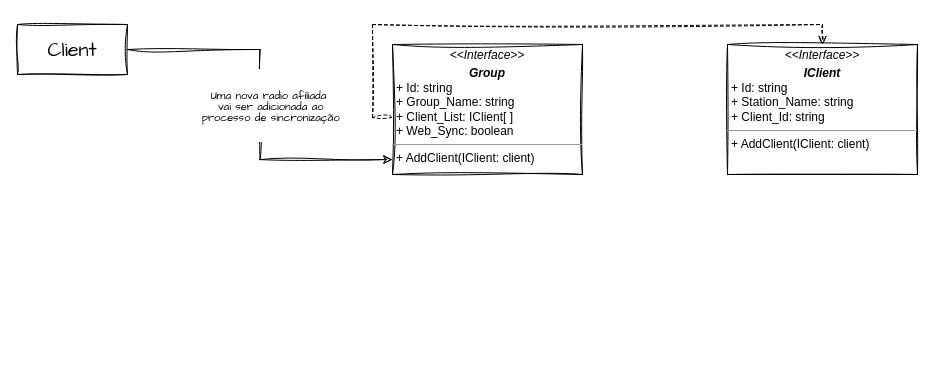
Before: page "Lista de sincronização" (3 of 3) of Pulsar Sync.drawio in Vusmonth/uml, a draw.io diagram. Source tidied: cells renumbered, new cells numbered last; positions are measured from the earlier drawing's top-left corner, leaving out a move shared by most shapes. Both pictures are drawn from the tidied source at 100%, with x=0, y=0 at pixel (17, 24).
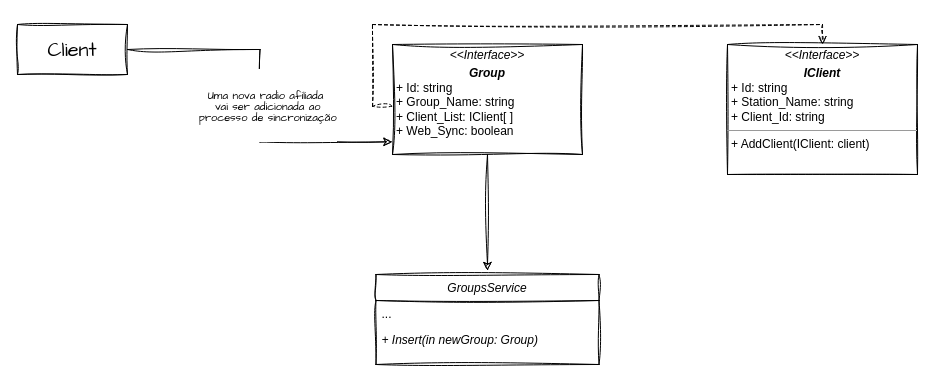
After the change.

Diff of the diagram source:
```diff
@@
 <mxGraphModel>
   <root>
     <mxCell id="0" />
     <mxCell id="1" parent="0" />
     <mxCell id="2" style="edgeStyle=orthogonalEdgeStyle;rounded=0;sketch=1;hachureGap=4;jiggle=2;curveFitting=1;jettySize=auto;html=1;entryX=0.5;entryY=0;entryDx=0;entryDy=0;fontFamily=Architects Daughter;fontSize=16;exitX=-0.003;exitY=0.562;exitDx=0;exitDy=0;exitPerimeter=0;dashed=1;endArrow=open;endFill=0;" parent="1" edge="1" source="3" target="4">
-      <mxGeometry relative="1" as="geometry" />
+      <mxGeometry relative="1" as="geometry">
+        <Array as="points">
+          <mxPoint x="355" y="82" />
+          <mxPoint x="355" />
+          <mxPoint x="805" />
+        </Array>
+      </mxGeometry>
     </mxCell>
-    <mxCell id="3" value="&lt;p style=&quot;margin:0px;margin-top:4px;text-align:center;&quot;&gt;&lt;i&gt;&amp;lt;&amp;lt;Interface&amp;gt;&amp;gt;&lt;/i&gt;&lt;/p&gt;&lt;p style=&quot;margin:0px;margin-top:4px;text-align:center;&quot;&gt;&lt;i&gt;&lt;b&gt;Group&lt;/b&gt;&lt;/i&gt;&lt;br&gt;&lt;/p&gt;&lt;p style=&quot;margin:0px;margin-left:4px;&quot;&gt;+ Id: string&lt;br&gt;+ Group_Name: string&lt;/p&gt;&lt;p style=&quot;margin:0px;margin-left:4px;&quot;&gt;+ Client_List: IClient[ ]&lt;/p&gt;&lt;p style=&quot;margin:0px;margin-left:4px;&quot;&gt;+ Web_Sync: boolean&lt;/p&gt;&lt;hr size=&quot;1&quot;&gt;&lt;p style=&quot;margin:0px;margin-left:4px;&quot;&gt;+ AddClient(IClient: client)&lt;br&gt;&lt;/p&gt;" style="verticalAlign=top;align=left;overflow=fill;fontSize=12;fontFamily=Helvetica;html=1;whiteSpace=wrap;sketch=1;hachureGap=4;jiggle=2;curveFitting=1;" parent="1" vertex="1">
-      <mxGeometry x="375" y="20" width="190" height="130" as="geometry" />
+    <mxCell id="3" value="&lt;p style=&quot;margin:0px;margin-top:4px;text-align:center;&quot;&gt;&lt;i&gt;&amp;lt;&amp;lt;Interface&amp;gt;&amp;gt;&lt;/i&gt;&lt;/p&gt;&lt;p style=&quot;margin:0px;margin-top:4px;text-align:center;&quot;&gt;&lt;i&gt;&lt;b&gt;Group&lt;/b&gt;&lt;/i&gt;&lt;br&gt;&lt;/p&gt;&lt;p style=&quot;margin:0px;margin-left:4px;&quot;&gt;+ Id: string&lt;br&gt;+ Group_Name: string&lt;/p&gt;&lt;p style=&quot;margin:0px;margin-left:4px;&quot;&gt;+ Client_List: IClient[ ]&lt;/p&gt;&lt;p style=&quot;margin:0px;margin-left:4px;&quot;&gt;+ Web_Sync: boolean&lt;/p&gt;" style="verticalAlign=top;align=left;overflow=fill;fontSize=12;fontFamily=Helvetica;html=1;whiteSpace=wrap;sketch=1;hachureGap=4;jiggle=2;curveFitting=1;" parent="1" vertex="1">
+      <mxGeometry x="375" y="20" width="190" height="110" as="geometry" />
     </mxCell>
     <mxCell id="4" value="&lt;p style=&quot;margin:0px;margin-top:4px;text-align:center;&quot;&gt;&lt;i&gt;&amp;lt;&amp;lt;Interface&amp;gt;&amp;gt;&lt;/i&gt;&lt;/p&gt;&lt;p style=&quot;margin:0px;margin-top:4px;text-align:center;&quot;&gt;&lt;b&gt;&lt;i&gt;IClient&lt;/i&gt;&lt;/b&gt;&lt;/p&gt;&lt;p style=&quot;margin:0px;margin-left:4px;&quot;&gt;+ Id: string&lt;br&gt;+ Station_Name: string&lt;/p&gt;&lt;p style=&quot;margin:0px;margin-left:4px;&quot;&gt;+ Client_Id: string&lt;/p&gt;&lt;hr size=&quot;1&quot;&gt;&lt;p style=&quot;margin:0px;margin-left:4px;&quot;&gt;+ AddClient(IClient: client)&lt;br&gt;&lt;/p&gt;" style="verticalAlign=top;align=left;overflow=fill;fontSize=12;fontFamily=Helvetica;html=1;whiteSpace=wrap;sketch=1;hachureGap=4;jiggle=2;curveFitting=1;" parent="1" vertex="1">
       <mxGeometry x="710" y="20" width="190" height="130" as="geometry" />
     </mxCell>
     <mxCell id="5" value="Client" style="html=1;whiteSpace=wrap;sketch=1;hachureGap=4;jiggle=2;curveFitting=1;fontFamily=Architects Daughter;fontSize=20;" parent="1" vertex="1">
       <mxGeometry width="110" height="50" as="geometry" />
     </mxCell>
     <mxCell id="6" style="edgeStyle=orthogonalEdgeStyle;rounded=0;sketch=1;hachureGap=4;jiggle=2;curveFitting=1;jettySize=auto;html=1;exitX=1;exitY=0.5;exitDx=0;exitDy=0;entryX=-0.002;entryY=0.885;entryDx=0;entryDy=0;entryPerimeter=0;fontFamily=Architects Daughter;fontSize=16;" parent="1" edge="1" source="5" target="3">
       <mxGeometry relative="1" as="geometry" />
     </mxCell>
     <mxCell id="7" value="&lt;p style=&quot;line-height: 40%;&quot;&gt;&lt;font style=&quot;font-size: 11px;&quot;&gt;Uma nova radio afiliada&lt;br&gt;&amp;nbsp;vai ser adicionada&amp;nbsp;ao&lt;br&gt;&amp;nbsp;processo de sincronização&lt;/font&gt;&lt;/p&gt;" style="edgeLabel;html=1;align=center;verticalAlign=middle;fontSize=20;fontFamily=Architects Daughter;" parent="6" vertex="1">
       <mxGeometry x="-0.73" y="-1" relative="1" as="geometry">
         <mxPoint x="89" y="54" as="offset" />
       </mxGeometry>
     </mxCell>
+    <mxCell id="8" value="GroupsService" style="swimlane;fontStyle=2;align=center;verticalAlign=top;horizontal=1;startSize=26;rounded=0;shadow=0;strokeWidth=1;sketch=1;curveFitting=1;jiggle=2;" parent="1" vertex="1">
+      <mxGeometry x="358.5" y="250" width="223" height="90" as="geometry" />
+    </mxCell>
+    <mxCell id="9" value="..." style="text;align=left;verticalAlign=top;spacingLeft=4;spacingRight=4;overflow=hidden;sketch=1;curveFitting=1;jiggle=2;" parent="8" vertex="1">
+      <mxGeometry y="26" width="223" height="26" as="geometry" />
+    </mxCell>
+    <mxCell id="10" value="+ Insert(in newGroup: Group)" style="text;align=left;verticalAlign=top;spacingLeft=4;spacingRight=4;overflow=hidden;sketch=1;curveFitting=1;jiggle=2;fontStyle=2;" parent="8" vertex="1">
+      <mxGeometry y="52" width="223" height="26" as="geometry" />
+    </mxCell>
+    <mxCell id="11" style="edgeStyle=orthogonalEdgeStyle;rounded=0;sketch=1;hachureGap=4;jiggle=2;curveFitting=1;jettySize=auto;html=1;entryX=0.5;entryY=-0.044;entryDx=0;entryDy=0;entryPerimeter=0;fontFamily=Architects Daughter;fontSize=16;" parent="1" edge="1" source="3" target="8">
+      <mxGeometry relative="1" as="geometry" />
+    </mxCell>
   </root>
 </mxGraphModel>
```
